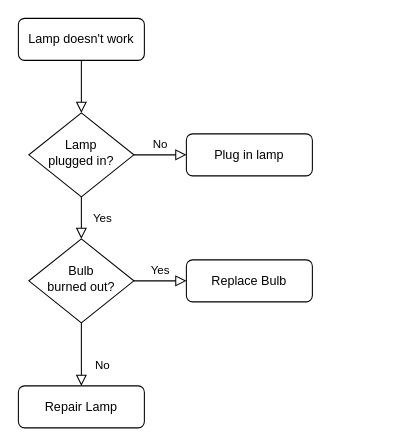
This is Flowchart.drawio from CoderAnonymos/Assignment, a draw.io file, before an edit. Source tidied: cells renumbered, new cells numbered last; positions are measured from the earlier drawing's top-left corner, leaving out a move shared by most shapes. Both pictures are drawn from the tidied source at 105%, with x=0, y=0 at pixel (18, 18).
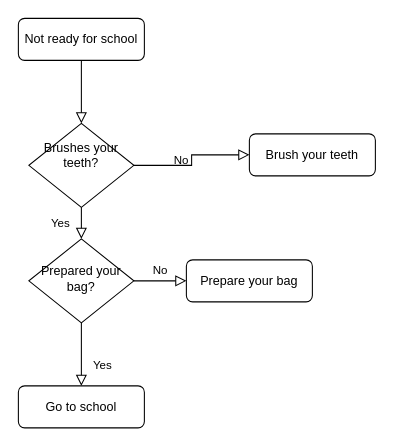
The same diagram, later.

The edit, as a diff of the source:
```diff
@@
 <mxGraphModel>
   <root>
     <mxCell id="0" />
     <mxCell id="1" parent="0" />
     <mxCell id="2" style="rounded=0;html=1;jettySize=auto;fontSize=11;endArrow=block;endFill=0;endSize=8;strokeWidth=1;shadow=0;labelBackgroundColor=none;edgeStyle=orthogonalEdgeStyle;" parent="1" edge="1" source="3" target="6">
       <mxGeometry relative="1" as="geometry" />
     </mxCell>
-    <mxCell id="3" value="Lamp doesn't work" style="rounded=1;whiteSpace=wrap;html=1;fontSize=12;glass=0;strokeWidth=1;shadow=0;" parent="1" vertex="1">
+    <mxCell id="3" value="Not ready for school" style="rounded=1;whiteSpace=wrap;html=1;fontSize=12;glass=0;strokeWidth=1;shadow=0;" parent="1" vertex="1">
       <mxGeometry width="120" height="40" as="geometry" />
     </mxCell>
     <mxCell id="4" value="Yes" style="rounded=0;html=1;jettySize=auto;fontSize=11;endArrow=block;endFill=0;endSize=8;strokeWidth=1;shadow=0;labelBackgroundColor=none;edgeStyle=orthogonalEdgeStyle;" parent="1" edge="1" source="6" target="10">
       <mxGeometry y="20" relative="1" as="geometry" />
     </mxCell>
     <mxCell id="5" value="No" style="edgeStyle=orthogonalEdgeStyle;rounded=0;html=1;jettySize=auto;fontSize=11;endArrow=block;endFill=0;endSize=8;strokeWidth=1;shadow=0;labelBackgroundColor=none;" parent="1" edge="1" source="6" target="7">
       <mxGeometry y="10" relative="1" as="geometry" />
     </mxCell>
-    <mxCell id="6" value="Lamp&lt;br&gt;plugged in?" style="rhombus;whiteSpace=wrap;html=1;shadow=0;fontFamily=Helvetica;fontSize=12;align=center;strokeWidth=1;spacing=6;spacingTop=-4;" parent="1" vertex="1">
-      <mxGeometry x="10" y="90" width="100" height="80" as="geometry" />
+    <mxCell id="6" value="Brushes your teeth?&lt;div&gt;&lt;br/&gt;&lt;/div&gt;" style="rhombus;whiteSpace=wrap;html=1;shadow=0;fontFamily=Helvetica;fontSize=12;align=center;strokeWidth=1;spacing=6;spacingTop=-4;" parent="1" vertex="1">
+      <mxGeometry x="10" y="100" width="100" height="80" as="geometry" />
     </mxCell>
-    <mxCell id="7" value="Plug in lamp" style="rounded=1;whiteSpace=wrap;html=1;fontSize=12;glass=0;strokeWidth=1;shadow=0;" parent="1" vertex="1">
-      <mxGeometry x="160" y="110" width="120" height="40" as="geometry" />
+    <mxCell id="7" value="Brush your teeth" style="rounded=1;whiteSpace=wrap;html=1;fontSize=12;glass=0;strokeWidth=1;shadow=0;" parent="1" vertex="1">
+      <mxGeometry x="220" y="110" width="120" height="40" as="geometry" />
     </mxCell>
-    <mxCell id="8" value="No" style="rounded=0;html=1;jettySize=auto;fontSize=11;endArrow=block;endFill=0;endSize=8;strokeWidth=1;shadow=0;labelBackgroundColor=none;edgeStyle=orthogonalEdgeStyle;" parent="1" edge="1" source="10" target="11">
+    <mxCell id="8" value="Yes" style="rounded=0;html=1;jettySize=auto;fontSize=11;endArrow=block;endFill=0;endSize=8;strokeWidth=1;shadow=0;labelBackgroundColor=none;edgeStyle=orthogonalEdgeStyle;" parent="1" edge="1" source="10" target="11">
       <mxGeometry x="0.33" y="20" relative="1" as="geometry" />
     </mxCell>
-    <mxCell id="9" value="Yes" style="edgeStyle=orthogonalEdgeStyle;rounded=0;html=1;jettySize=auto;fontSize=11;endArrow=block;endFill=0;endSize=8;strokeWidth=1;shadow=0;labelBackgroundColor=none;" parent="1" edge="1" source="10" target="12">
+    <mxCell id="9" value="No" style="edgeStyle=orthogonalEdgeStyle;rounded=0;html=1;jettySize=auto;fontSize=11;endArrow=block;endFill=0;endSize=8;strokeWidth=1;shadow=0;labelBackgroundColor=none;" parent="1" edge="1" source="10" target="12">
       <mxGeometry y="10" relative="1" as="geometry" />
     </mxCell>
-    <mxCell id="10" value="Bulb&lt;br&gt;burned out?" style="rhombus;whiteSpace=wrap;html=1;shadow=0;fontFamily=Helvetica;fontSize=12;align=center;strokeWidth=1;spacing=6;spacingTop=-4;" parent="1" vertex="1">
+    <mxCell id="10" value="Prepared your bag?" style="rhombus;whiteSpace=wrap;html=1;shadow=0;fontFamily=Helvetica;fontSize=12;align=center;strokeWidth=1;spacing=6;spacingTop=-4;" parent="1" vertex="1">
       <mxGeometry x="10" y="210" width="100" height="80" as="geometry" />
     </mxCell>
-    <mxCell id="11" value="Repair Lamp" style="rounded=1;whiteSpace=wrap;html=1;fontSize=12;glass=0;strokeWidth=1;shadow=0;" parent="1" vertex="1">
+    <mxCell id="11" value="Go to school" style="rounded=1;whiteSpace=wrap;html=1;fontSize=12;glass=0;strokeWidth=1;shadow=0;" parent="1" vertex="1">
       <mxGeometry y="350" width="120" height="40" as="geometry" />
     </mxCell>
-    <mxCell id="12" value="Replace Bulb" style="rounded=1;whiteSpace=wrap;html=1;fontSize=12;glass=0;strokeWidth=1;shadow=0;" parent="1" vertex="1">
+    <mxCell id="12" value="Prepare your bag" style="rounded=1;whiteSpace=wrap;html=1;fontSize=12;glass=0;strokeWidth=1;shadow=0;" parent="1" vertex="1">
       <mxGeometry x="160" y="230" width="120" height="40" as="geometry" />
     </mxCell>
+    <mxCell id="13" style="edgeStyle=orthogonalEdgeStyle;rounded=0;orthogonalLoop=1;jettySize=auto;html=1;exitX=0.5;exitY=1;exitDx=0;exitDy=0;" parent="1" edge="1" source="3" target="3">
+      <mxGeometry relative="1" as="geometry" />
+    </mxCell>
   </root>
 </mxGraphModel>
```
